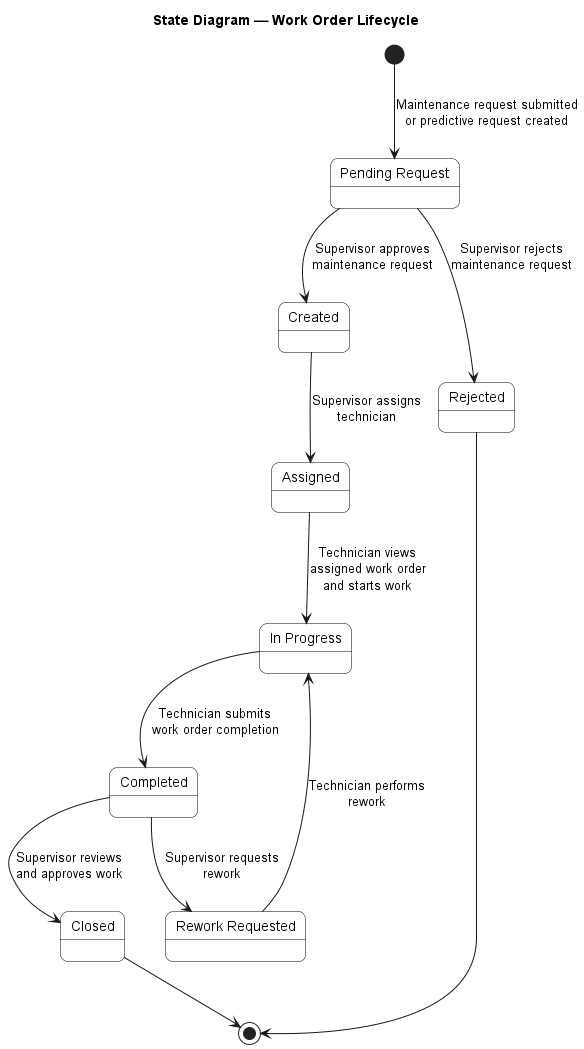
The PlantUML diagram uml/Behavior/state_diagram.png in xalameen8633-dotcom/Software-engineering-project, before a commit. Source of this version:
```plantuml
@startuml state_diagram
title State Diagram — Work Order Lifecycle

skinparam shadowing false
skinparam roundcorner 15
skinparam state {
    BackgroundColor White
    BorderColor Black
    FontColor Black
}

[*] --> Pending_Request : Maintenance request submitted\nor predictive request created

Pending_Request --> Created : Supervisor approves\nmaintenance request
Pending_Request --> Rejected : Supervisor rejects\nmaintenance request

Created --> Assigned : Supervisor assigns\ntechnician

Assigned --> In_Progress : Technician views\nassigned work order\nand starts work

In_Progress --> Completed : Technician submits\nwork order completion

Completed --> Closed : Supervisor reviews\nand approves work

Completed --> Rework_Requested : Supervisor requests\nrework

Rework_Requested --> In_Progress : Technician performs\nrework

Closed --> [*]
Rejected --> [*]

state "Pending Request" as Pending_Request
state "In Progress" as In_Progress
state "Rework Requested" as Rework_Requested

@enduml
```
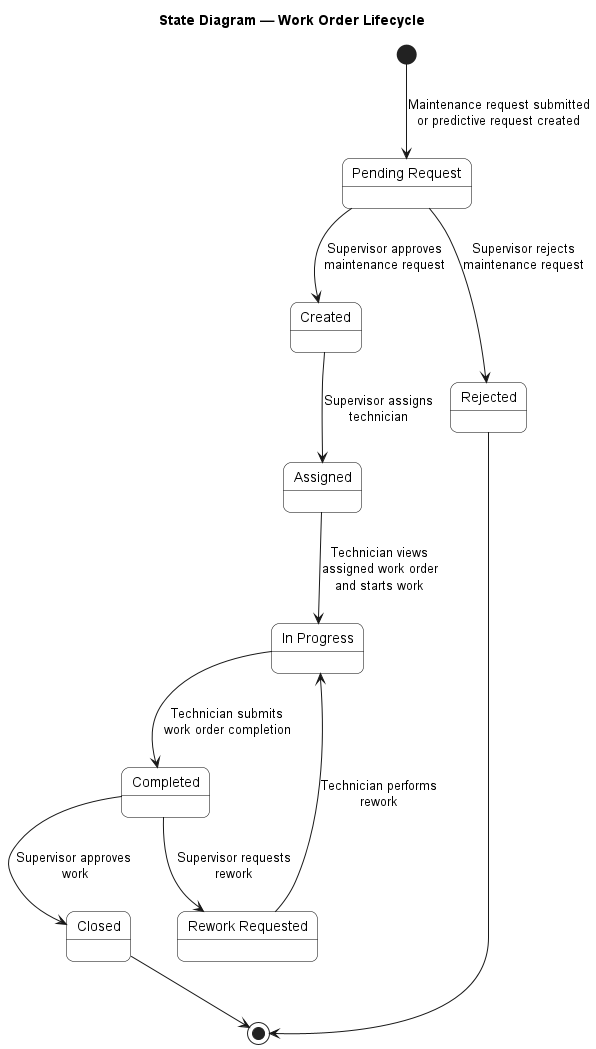
The same diagram one commit later.

Commit message:
Update state diagram

Change to the diagram source:
```diff
@@ -20,7 +20,7 @@
 
 In_Progress --> Completed : Technician submits\nwork order completion
 
-Completed --> Closed : Supervisor reviews\nand approves work
+Completed --> Closed : Supervisor approves \nwork
 
 Completed --> Rework_Requested : Supervisor requests\nrework
 
```
